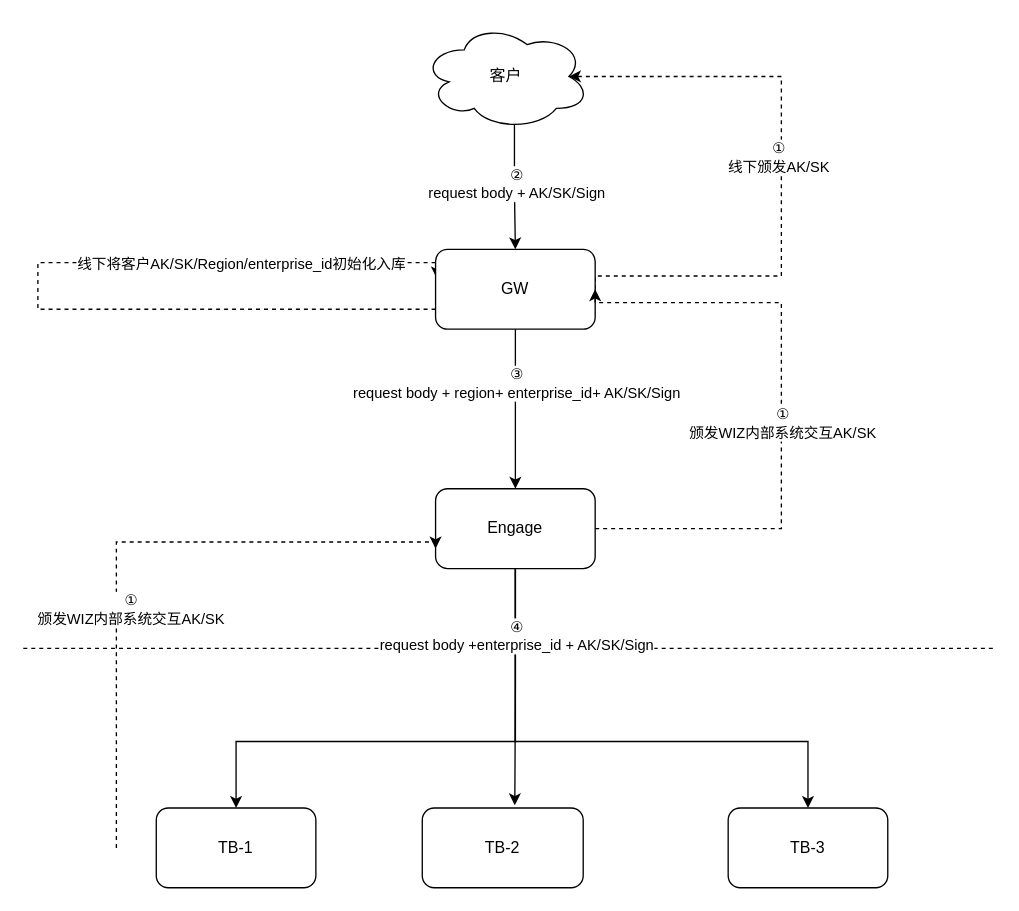
Above: page "第 2 页" (2 of 2) of wiz/数仓花费.drawio in smileLuckBoy/drowio (draw.io), before the change. Source tidied: cells renumbered, new cells numbered last; positions are measured from the earlier drawing's top-left corner, leaving out a move shared by most shapes. Both pictures are drawn from the tidied source at 133%, with x=0, y=0 at pixel (23, 23).
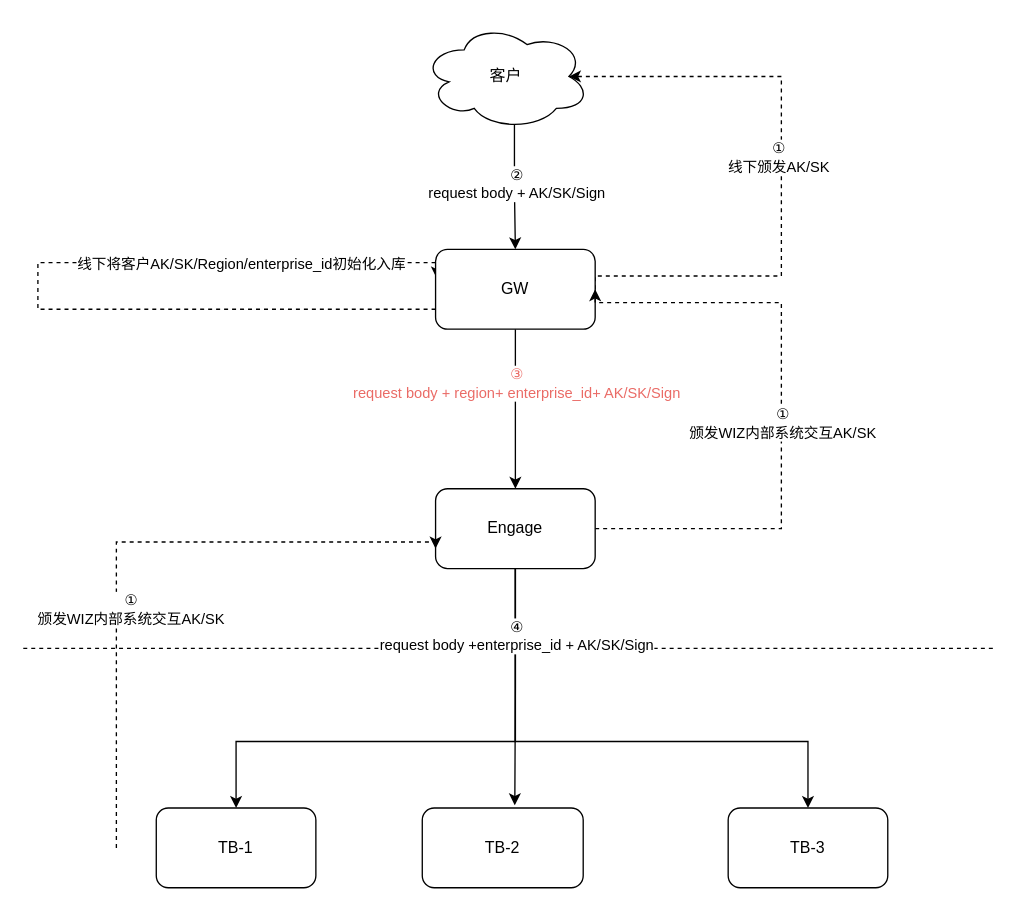
Above is the later version.

Commit message:
更新数仓花费.drawio

Unchanged cells that the change refers to:
```xml
<mxCell id="5" style="edgeStyle=orthogonalEdgeStyle;rounded=0;jettySize=auto;html=1;exitX=0.5;exitY=1;exitDx=0;exitDy=0;entryX=0.5;entryY=0;entryDx=0;entryDy=0;" parent="1" edge="1" source="11" target="17">
  <mxGeometry relative="1" as="geometry" />
</mxCell>
```

What changed in the source:
```diff
@@
-    <mxCell id="6" value="③&lt;br&gt;request body + region+ enterprise_id+ AK/SK/Sign" style="edgeLabel;html=1;align=center;verticalAlign=middle;" parent="5" vertex="1">
+    <mxCell id="6" value="③&lt;br&gt;request body + region+ enterprise_id+ AK/SK/Sign" style="edgeLabel;html=1;align=center;verticalAlign=middle;fontColor=#EA6B66;" parent="5" vertex="1">
       <mxGeometry x="-0.18" y="-1" relative="1" as="geometry">
         <mxPoint x="1" y="-9" as="offset" />
       </mxGeometry>
     </mxCell>
```
